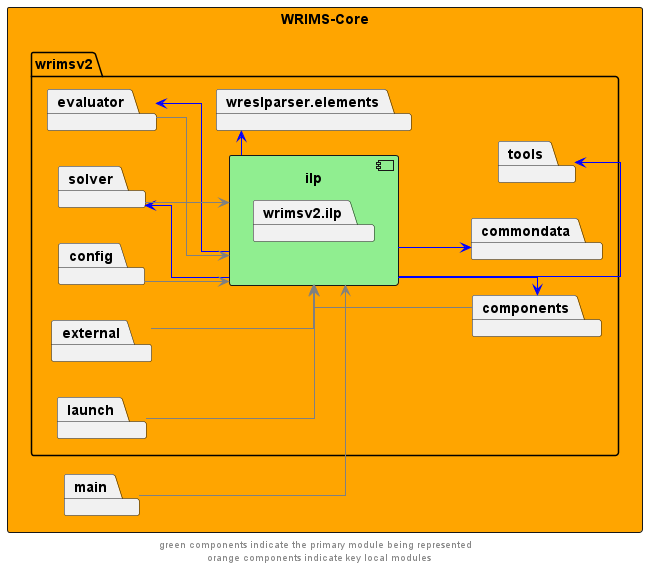
Earlier version of the PlantUML export docs/diagrams/wrims-core/wrims-core_ilp.png (CentralValleyModeling/wrims).
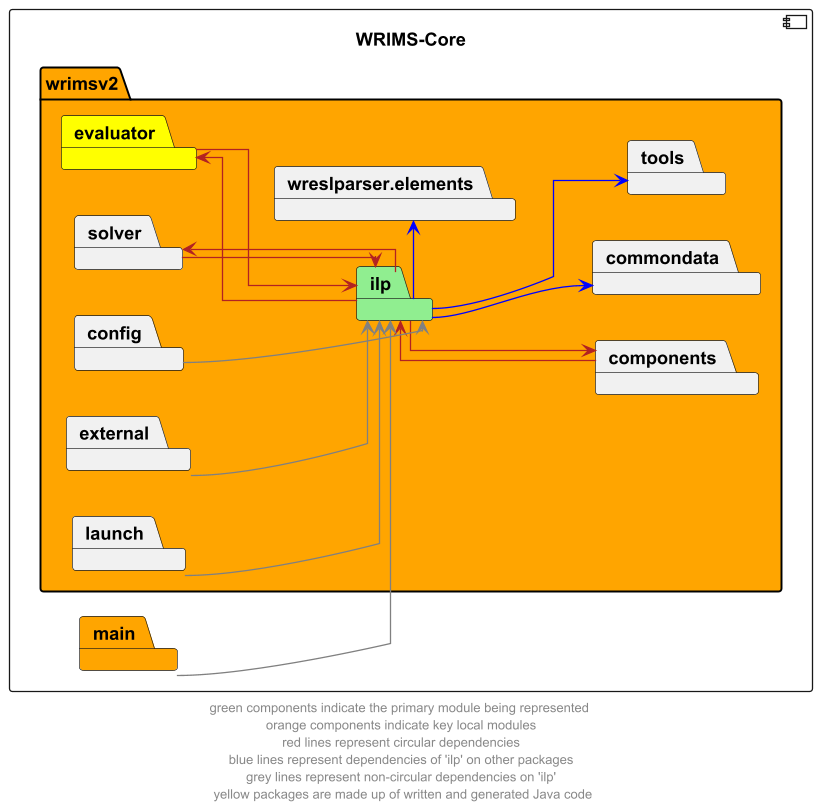
Later version of the same file.

What changed in the source:
```diff
@@ -2,16 +2,12 @@
 left to right direction
 skinparam linetype ortho
 
-rectangle wrims_core as "WRIMS-Core" #orange {
-        package wrimsv2{
-            package ilp {
-                component ilp #lightgreen {
-                    package wrimsv2.ilp
-                }
-            }
+component wrims_core as "WRIMS-Core" {
+    package wrimsv2 #orange {
+        package ilp #lightgreen
         package commondata
         package components
-        package evaluator
+        package evaluator #yellow
         package solver
         package tools
         package wreslparser.elements
@@ -20,15 +16,15 @@
         package external
         package launch
     }
-package main
+package main #orange
 }
 
-ilp -->  components #blue
-components -left->  ilp #grey
-ilp -left->  evaluator #blue
-evaluator -->  ilp #grey
-ilp -left->  solver #blue
-solver -->  ilp #grey
+ilp -->  components #firebrick
+components -left->  ilp #firebrick
+ilp -left->  evaluator #firebrick
+evaluator -->  ilp #firebrick
+ilp -left->  solver #firebrick
+solver -->  ilp #firebrick
 
 ilp -->  commondata #blue
 ilp -->  tools #blue
@@ -41,5 +37,5 @@
 main --> ilp #grey
 
 
-footer "green components indicate the primary module being represented \n orange components indicate key local modules"
+footer "green components indicate the primary module being represented \n orange components indicate key local modules \n red lines represent circular dependencies \n blue lines represent dependencies of 'ilp' on other packages \n grey lines represent non-circular dependencies on 'ilp' \n yellow packages are made up of written and generated Java code"
 @enduml
```
